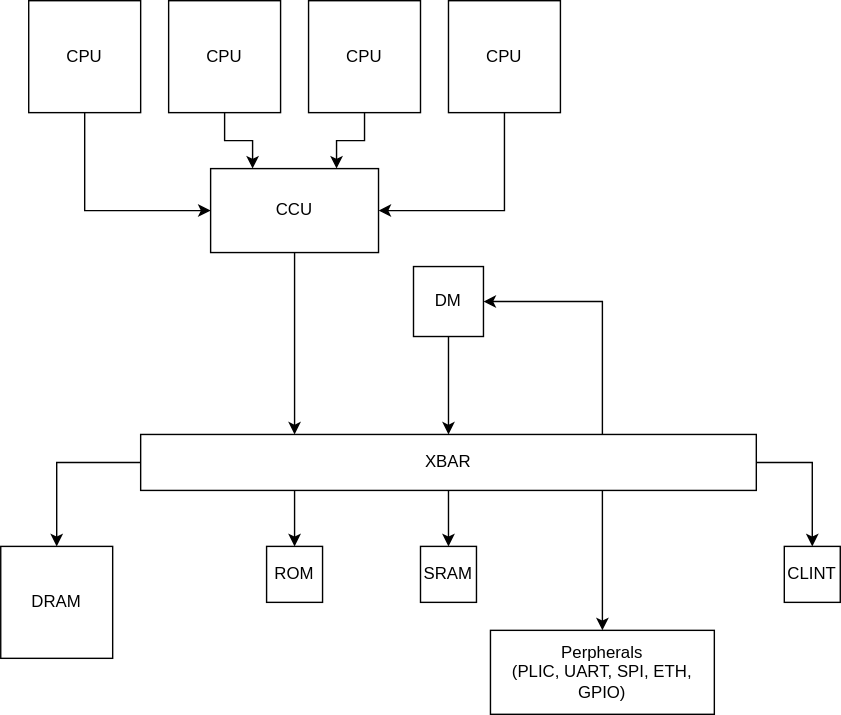
pulp-platform/cva6 keeps this draw.io diagram as docs/03_cva6_design/images/cache_coherent_top.drawio.svg. Above is the earlier version. Source tidied: cells renumbered, new cells last; positions are measured from the earlier drawing's top-left corner, leaving out a move shared by most shapes. Source of this version:
```xml
<mxGraphModel>
  <root>
    <mxCell id="0" />
    <mxCell id="1" parent="0" />
    <mxCell id="2" style="edgeStyle=orthogonalEdgeStyle;rounded=0;jettySize=auto;html=1;exitX=0.5;exitY=1;exitDx=0;exitDy=0;entryX=0.25;entryY=0;entryDx=0;entryDy=0;" parent="1" edge="1" source="17" target="13">
      <mxGeometry relative="1" as="geometry" />
    </mxCell>
    <mxCell id="3" style="edgeStyle=orthogonalEdgeStyle;rounded=0;jettySize=auto;html=1;exitX=0.5;exitY=1;exitDx=0;exitDy=0;" parent="1" edge="1" source="4" target="13">
      <mxGeometry relative="1" as="geometry" />
    </mxCell>
    <mxCell id="4" value="DM" style="whiteSpace=wrap;html=1;" parent="1" vertex="1">
      <mxGeometry x="295" y="190" width="50" height="50" as="geometry" />
    </mxCell>
    <mxCell id="5" value="ROM" style="whiteSpace=wrap;html=1;" parent="1" vertex="1">
      <mxGeometry x="190" y="390" width="40" height="40" as="geometry" />
    </mxCell>
    <mxCell id="6" value="SRAM" style="whiteSpace=wrap;html=1;" parent="1" vertex="1">
      <mxGeometry x="300" y="390" width="40" height="40" as="geometry" />
    </mxCell>
    <mxCell id="7" style="edgeStyle=orthogonalEdgeStyle;rounded=0;jettySize=auto;html=1;exitX=0.25;exitY=1;exitDx=0;exitDy=0;entryX=0.5;entryY=0;entryDx=0;entryDy=0;" parent="1" edge="1" source="13" target="5">
      <mxGeometry relative="1" as="geometry" />
    </mxCell>
    <mxCell id="8" style="edgeStyle=orthogonalEdgeStyle;rounded=0;jettySize=auto;html=1;exitX=0.5;exitY=1;exitDx=0;exitDy=0;entryX=0.5;entryY=0;entryDx=0;entryDy=0;" parent="1" edge="1" source="13" target="6">
      <mxGeometry relative="1" as="geometry" />
    </mxCell>
    <mxCell id="9" style="edgeStyle=orthogonalEdgeStyle;rounded=0;jettySize=auto;html=1;exitX=0.75;exitY=1;exitDx=0;exitDy=0;entryX=0.5;entryY=0;entryDx=0;entryDy=0;" parent="1" edge="1" source="13" target="14">
      <mxGeometry relative="1" as="geometry" />
    </mxCell>
    <mxCell id="10" style="edgeStyle=orthogonalEdgeStyle;rounded=0;jettySize=auto;html=1;exitX=1;exitY=0.5;exitDx=0;exitDy=0;entryX=0.5;entryY=0;entryDx=0;entryDy=0;" parent="1" edge="1" source="13" target="15">
      <mxGeometry relative="1" as="geometry" />
    </mxCell>
    <mxCell id="11" style="edgeStyle=orthogonalEdgeStyle;rounded=0;jettySize=auto;html=1;exitX=0;exitY=0.5;exitDx=0;exitDy=0;" parent="1" edge="1" source="13" target="16">
      <mxGeometry relative="1" as="geometry" />
    </mxCell>
    <mxCell id="12" style="edgeStyle=orthogonalEdgeStyle;rounded=0;jettySize=auto;html=1;exitX=0.75;exitY=0;exitDx=0;exitDy=0;entryX=1;entryY=0.5;entryDx=0;entryDy=0;" parent="1" edge="1" source="13" target="4">
      <mxGeometry relative="1" as="geometry" />
    </mxCell>
    <mxCell id="13" value="XBAR" style="rounded=0;whiteSpace=wrap;html=1;" parent="1" vertex="1">
      <mxGeometry x="100" y="310" width="440" height="40" as="geometry" />
    </mxCell>
    <mxCell id="14" value="Perpherals&lt;br&gt;(PLIC, UART, SPI, ETH, GPIO)" style="rounded=0;whiteSpace=wrap;html=1;" parent="1" vertex="1">
      <mxGeometry x="350" y="450" width="160" height="60" as="geometry" />
    </mxCell>
    <mxCell id="15" value="CLINT" style="whiteSpace=wrap;html=1;" parent="1" vertex="1">
      <mxGeometry x="560" y="390" width="40" height="40" as="geometry" />
    </mxCell>
    <mxCell id="16" value="DRAM" style="whiteSpace=wrap;html=1;" parent="1" vertex="1">
      <mxGeometry y="390" width="80" height="80" as="geometry" />
    </mxCell>
    <mxCell id="17" value="CCU" style="rounded=0;whiteSpace=wrap;html=1;" parent="1" vertex="1">
      <mxGeometry x="150" y="120" width="120" height="60" as="geometry" />
    </mxCell>
    <mxCell id="18" style="edgeStyle=orthogonalEdgeStyle;rounded=0;jettySize=auto;html=1;exitX=0.5;exitY=1;exitDx=0;exitDy=0;entryX=0;entryY=0.5;entryDx=0;entryDy=0;" parent="1" edge="1" source="19" target="17">
      <mxGeometry relative="1" as="geometry" />
    </mxCell>
    <mxCell id="19" value="CPU" style="whiteSpace=wrap;html=1;" parent="1" vertex="1">
      <mxGeometry x="20" width="80" height="80" as="geometry" />
    </mxCell>
    <mxCell id="20" style="edgeStyle=orthogonalEdgeStyle;rounded=0;jettySize=auto;html=1;exitX=0.5;exitY=1;exitDx=0;exitDy=0;entryX=1;entryY=0.5;entryDx=0;entryDy=0;" parent="1" edge="1" source="21" target="17">
      <mxGeometry relative="1" as="geometry" />
    </mxCell>
    <mxCell id="21" value="CPU" style="whiteSpace=wrap;html=1;" parent="1" vertex="1">
      <mxGeometry x="320" width="80" height="80" as="geometry" />
    </mxCell>
    <mxCell id="22" style="edgeStyle=orthogonalEdgeStyle;rounded=0;jettySize=auto;html=1;exitX=0.5;exitY=1;exitDx=0;exitDy=0;entryX=0.75;entryY=0;entryDx=0;entryDy=0;" parent="1" edge="1" source="23" target="17">
      <mxGeometry relative="1" as="geometry" />
    </mxCell>
    <mxCell id="23" value="CPU" style="whiteSpace=wrap;html=1;" parent="1" vertex="1">
      <mxGeometry x="220" width="80" height="80" as="geometry" />
    </mxCell>
    <mxCell id="24" style="edgeStyle=orthogonalEdgeStyle;rounded=0;jettySize=auto;html=1;exitX=0.5;exitY=1;exitDx=0;exitDy=0;entryX=0.25;entryY=0;entryDx=0;entryDy=0;" parent="1" edge="1" source="25" target="17">
      <mxGeometry relative="1" as="geometry" />
    </mxCell>
    <mxCell id="25" value="CPU" style="whiteSpace=wrap;html=1;" parent="1" vertex="1">
      <mxGeometry x="120" width="80" height="80" as="geometry" />
    </mxCell>
  </root>
</mxGraphModel>
```
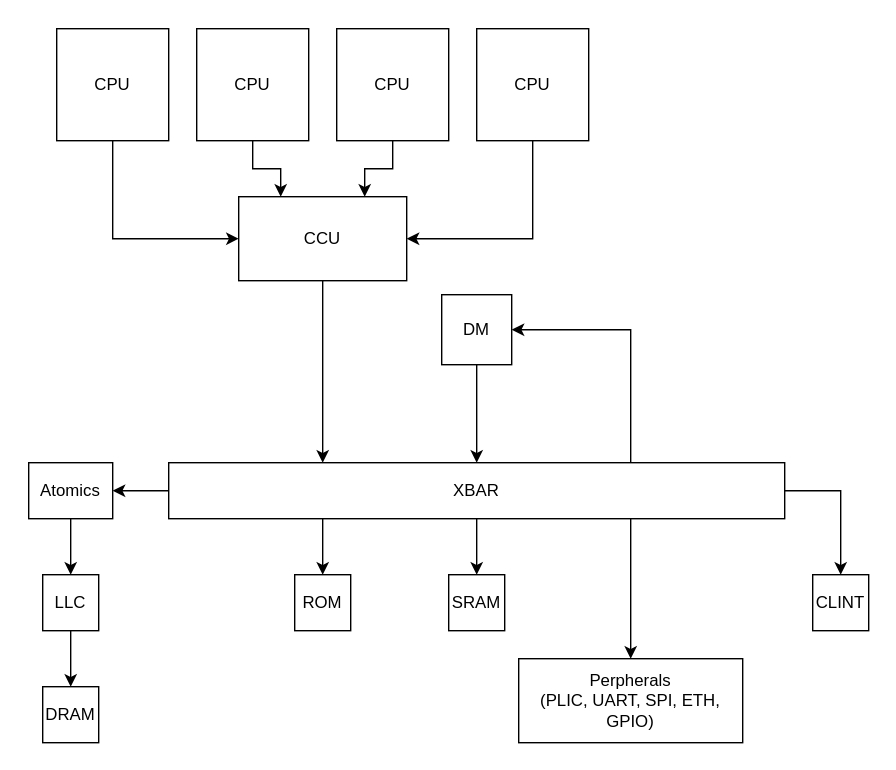
After the change.

Commit message:
Add Atomics and LLC to cache_coherent_top image

The edit, as a diff of the source:
```diff
@@ -2,6 +2,9 @@
   <root>
     <mxCell id="0" />
     <mxCell id="1" parent="0" />
+    <mxCell id="26" style="rounded=0;whiteSpace=wrap;html=1;strokeColor=none;" parent="1" vertex="1">
+      <mxGeometry x="-20" y="-20" width="640" height="550" as="geometry" />
+    </mxCell>
     <mxCell id="2" style="edgeStyle=orthogonalEdgeStyle;rounded=0;jettySize=auto;html=1;exitX=0.5;exitY=1;exitDx=0;exitDy=0;entryX=0.25;entryY=0;entryDx=0;entryDy=0;" parent="1" edge="1" source="17" target="13">
       <mxGeometry relative="1" as="geometry" />
     </mxCell>
@@ -29,7 +32,7 @@
     <mxCell id="10" style="edgeStyle=orthogonalEdgeStyle;rounded=0;jettySize=auto;html=1;exitX=1;exitY=0.5;exitDx=0;exitDy=0;entryX=0.5;entryY=0;entryDx=0;entryDy=0;" parent="1" edge="1" source="13" target="15">
       <mxGeometry relative="1" as="geometry" />
     </mxCell>
-    <mxCell id="11" style="edgeStyle=orthogonalEdgeStyle;rounded=0;jettySize=auto;html=1;exitX=0;exitY=0.5;exitDx=0;exitDy=0;" parent="1" edge="1" source="13" target="16">
+    <mxCell id="11" style="edgeStyle=orthogonalEdgeStyle;rounded=0;jettySize=auto;html=1;exitX=0;exitY=0.5;exitDx=0;exitDy=0;entryX=1;entryY=0.5;entryDx=0;entryDy=0;" parent="1" edge="1" source="13" target="28">
       <mxGeometry relative="1" as="geometry" />
     </mxCell>
     <mxCell id="12" style="edgeStyle=orthogonalEdgeStyle;rounded=0;jettySize=auto;html=1;exitX=0.75;exitY=0;exitDx=0;exitDy=0;entryX=1;entryY=0.5;entryDx=0;entryDy=0;" parent="1" edge="1" source="13" target="4">
@@ -45,7 +48,7 @@
       <mxGeometry x="560" y="390" width="40" height="40" as="geometry" />
     </mxCell>
     <mxCell id="16" value="DRAM" style="whiteSpace=wrap;html=1;" parent="1" vertex="1">
-      <mxGeometry y="390" width="80" height="80" as="geometry" />
+      <mxGeometry x="10" y="470" width="40" height="40" as="geometry" />
     </mxCell>
     <mxCell id="17" value="CCU" style="rounded=0;whiteSpace=wrap;html=1;" parent="1" vertex="1">
       <mxGeometry x="150" y="120" width="120" height="60" as="geometry" />
@@ -74,5 +77,17 @@
     <mxCell id="25" value="CPU" style="whiteSpace=wrap;html=1;" parent="1" vertex="1">
       <mxGeometry x="120" width="80" height="80" as="geometry" />
     </mxCell>
+    <mxCell id="27" style="edgeStyle=orthogonalEdgeStyle;rounded=0;jettySize=auto;html=1;exitX=0.5;exitY=1;exitDx=0;exitDy=0;entryX=0.5;entryY=0;entryDx=0;entryDy=0;" parent="1" edge="1" source="28" target="30">
+      <mxGeometry relative="1" as="geometry" />
+    </mxCell>
+    <mxCell id="28" value="Atomics" style="rounded=0;whiteSpace=wrap;html=1;" parent="1" vertex="1">
+      <mxGeometry y="310" width="60" height="40" as="geometry" />
+    </mxCell>
+    <mxCell id="29" style="edgeStyle=orthogonalEdgeStyle;rounded=0;jettySize=auto;html=1;exitX=0.5;exitY=1;exitDx=0;exitDy=0;entryX=0.5;entryY=0;entryDx=0;entryDy=0;" parent="1" edge="1" source="30" target="16">
+      <mxGeometry relative="1" as="geometry" />
+    </mxCell>
+    <mxCell id="30" value="LLC" style="whiteSpace=wrap;html=1;" parent="1" vertex="1">
+      <mxGeometry x="10" y="390" width="40" height="40" as="geometry" />
+    </mxCell>
   </root>
 </mxGraphModel>
```
